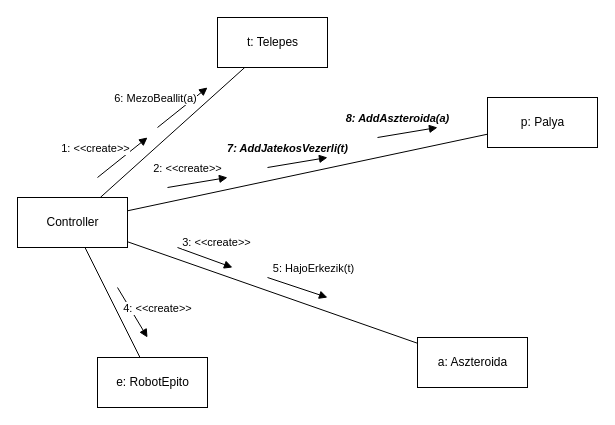
Earlier version of the draw.io diagram doc/kommunikacio/kom_TelepesRobototEpit.drawio (torpeBoiGo/aszteroidabanyaszat). Source tidied: cells renumbered, new cells numbered last; positions are measured from the earlier drawing's top-left corner, leaving out a move shared by most shapes. Both pictures are drawn from the tidied source at 100%, with x=0, y=0 at pixel (17, 17).
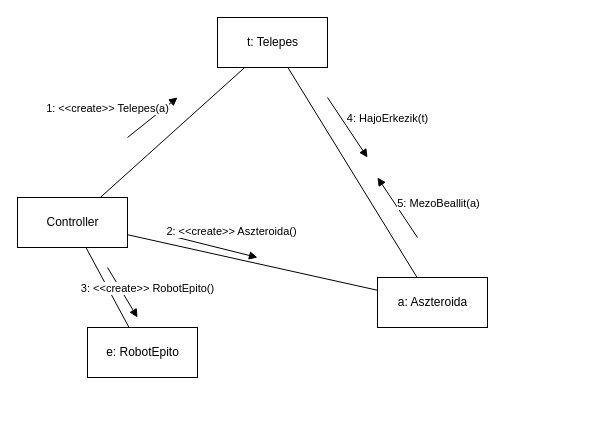
The same page after the edit.

Unchanged cells that the change refers to:
```xml
<mxCell id="2" value="t: Telepes" style="html=1;" parent="1" vertex="1">
  <mxGeometry x="200" width="110" height="50" as="geometry" />
</mxCell>
<mxCell id="4" value="Controller" style="html=1;" parent="1" vertex="1">
  <mxGeometry y="180" width="110" height="50" as="geometry" />
</mxCell>
```

What changed in the source:
```diff
@@
     <mxCell id="3" value="e: RobotEpito" style="html=1;" parent="1" vertex="1">
-      <mxGeometry x="80" y="340" width="110" height="50" as="geometry" />
+      <mxGeometry x="70" y="310" width="110" height="50" as="geometry" />
     </mxCell>
@@
-    <mxCell id="7" value="1: &amp;lt;&amp;lt;create&amp;gt;&amp;gt;" style="html=1;verticalAlign=bottom;endArrow=block;" parent="1" edge="1">
-      <mxGeometry x="-0.65" y="17" relative="1" as="geometry">
-        <mxPoint x="80" y="160" as="sourcePoint" />
-        <mxPoint x="130" y="120" as="targetPoint" />
+    <mxCell id="7" value="1: &amp;lt;&amp;lt;create&amp;gt;&amp;gt; Telepes(a)" style="html=1;verticalAlign=bottom;endArrow=block;" parent="1" edge="1">
+      <mxGeometry x="-1" y="28" relative="1" as="geometry">
+        <mxPoint x="110" y="120" as="sourcePoint" />
+        <mxPoint x="160" y="80" as="targetPoint" />
+        <mxPoint x="-3" y="2" as="offset" />
       </mxGeometry>
     </mxCell>
-    <mxCell id="8" value="2: &amp;lt;&amp;lt;create&amp;gt;&amp;gt;" style="html=1;verticalAlign=bottom;endArrow=block;" parent="1" edge="1">
-      <mxGeometry x="-0.3" y="7" relative="1" as="geometry">
-        <mxPoint x="150" y="170" as="sourcePoint" />
-        <mxPoint x="210" y="160" as="targetPoint" />
-      </mxGeometry>
-    </mxCell>
     <mxCell id="9" value="a: Aszteroida" style="html=1;" parent="1" vertex="1">
-      <mxGeometry x="400" y="320" width="110" height="50" as="geometry" />
+      <mxGeometry x="360" y="260" width="110" height="50" as="geometry" />
     </mxCell>
-    <mxCell id="10" value="p: Palya" style="html=1;" parent="1" vertex="1">
-      <mxGeometry x="470" y="80" width="110" height="50" as="geometry" />
-    </mxCell>
-    <mxCell id="11" style="html=1;verticalAlign=bottom;endArrow=none;endFill=0;" parent="1" edge="1" source="4" target="10">
-      <mxGeometry relative="1" as="geometry" />
-    </mxCell>
@@
-    <mxCell id="13" value="3: &amp;lt;&amp;lt;create&amp;gt;&amp;gt;" style="html=1;verticalAlign=bottom;endArrow=block;" parent="1" edge="1">
+    <mxCell id="13" value="2: &amp;lt;&amp;lt;create&amp;gt;&amp;gt; Aszteroida()" style="html=1;verticalAlign=bottom;endArrow=block;" parent="1" edge="1">
       <mxGeometry x="0.29" y="10" relative="1" as="geometry">
-        <mxPoint x="160" y="230" as="sourcePoint" />
-        <mxPoint x="215" y="250" as="targetPoint" />
+        <mxPoint x="160" y="220" as="sourcePoint" />
+        <mxPoint x="240" y="240" as="targetPoint" />
       </mxGeometry>
     </mxCell>
-    <mxCell id="14" value="4: &amp;lt;&amp;lt;create&amp;gt;&amp;gt;" style="html=1;verticalAlign=bottom;endArrow=block;" parent="1" edge="1">
+    <mxCell id="14" value="3: &amp;lt;&amp;lt;create&amp;gt;&amp;gt; RobotEpito()" style="html=1;verticalAlign=bottom;endArrow=block;" parent="1" edge="1">
       <mxGeometry x="0.59" y="19" relative="1" as="geometry">
-        <mxPoint x="100" y="270" as="sourcePoint" />
-        <mxPoint x="130" y="320" as="targetPoint" />
+        <mxPoint x="90" y="250" as="sourcePoint" />
+        <mxPoint x="120" y="300" as="targetPoint" />
       </mxGeometry>
     </mxCell>
-    <mxCell id="15" value="6: MezoBeallit(a)" style="html=1;verticalAlign=bottom;endArrow=block;" parent="1" edge="1">
-      <mxGeometry x="-0.65" y="17" relative="1" as="geometry">
-        <mxPoint x="140" y="110" as="sourcePoint" />
-        <mxPoint x="190" y="70" as="targetPoint" />
-      </mxGeometry>
-    </mxCell>
-    <mxCell id="16" value="5: HajoErkezik(t)" style="html=1;verticalAlign=bottom;endArrow=block;" parent="1" edge="1">
-      <mxGeometry x="0.38" y="15" relative="1" as="geometry">
-        <mxPoint x="250" y="260" as="sourcePoint" />
-        <mxPoint x="310" y="280" as="targetPoint" />
+    <mxCell id="16" value="4: HajoErkezik(t)" style="html=1;verticalAlign=bottom;endArrow=block;" parent="1" edge="1">
+      <mxGeometry x="0.62" y="33" relative="1" as="geometry">
+        <mxPoint x="310" y="80" as="sourcePoint" />
+        <mxPoint x="350" y="140" as="targetPoint" />
       </mxGeometry>
     </mxCell>
-    <mxCell id="17" value="&lt;b&gt;&lt;i&gt;7: AddJatekosVezerli(t)&lt;/i&gt;&lt;/b&gt;" style="html=1;verticalAlign=bottom;endArrow=block;" parent="1" edge="1">
-      <mxGeometry x="-0.3" y="7" relative="1" as="geometry">
-        <mxPoint x="250" y="150" as="sourcePoint" />
-        <mxPoint x="310" y="140" as="targetPoint" />
-      </mxGeometry>
-    </mxCell>
-    <mxCell id="18" value="&lt;b&gt;&lt;i&gt;8: AddAszteroida(a)&lt;/i&gt;&lt;/b&gt;" style="html=1;verticalAlign=bottom;endArrow=block;" parent="1" edge="1">
-      <mxGeometry x="-0.3" y="7" relative="1" as="geometry">
-        <mxPoint x="360" y="120" as="sourcePoint" />
-        <mxPoint x="420" y="110" as="targetPoint" />
-      </mxGeometry>
-    </mxCell>
+    <mxCell id="19" style="endArrow=none;html=1;" parent="1" edge="1" source="9" target="2">
+      <mxGeometry relative="1" as="geometry" />
+    </mxCell>
+    <mxCell id="20" value="5: MezoBeallit(a)" style="html=1;verticalAlign=bottom;endArrow=block;" parent="1" edge="1">
+      <mxGeometry x="-0.76" y="-31" relative="1" as="geometry">
+        <mxPoint x="400" y="220" as="sourcePoint" />
+        <mxPoint x="360" y="160" as="targetPoint" />
+      </mxGeometry>
+    </mxCell>
```
